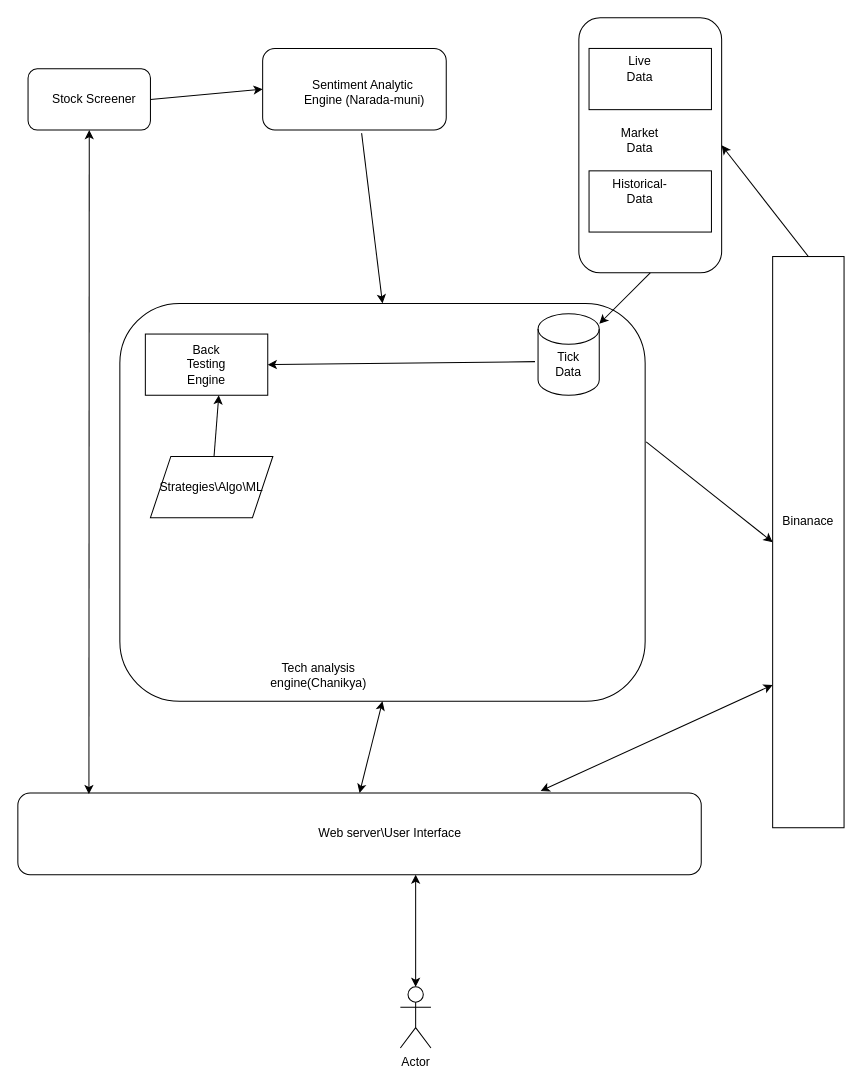
patnamvamsi/CryptoWebServer keeps this draw.io diagram as docs/Untitled Diagram.drawio. Above is the earlier version. Source tidied: cells renumbered, new cells numbered last; positions are measured from the earlier drawing's top-left corner, leaving out a move shared by most shapes. Both pictures are drawn from the tidied source at 102%, with x=0, y=0 at pixel (17, 17).
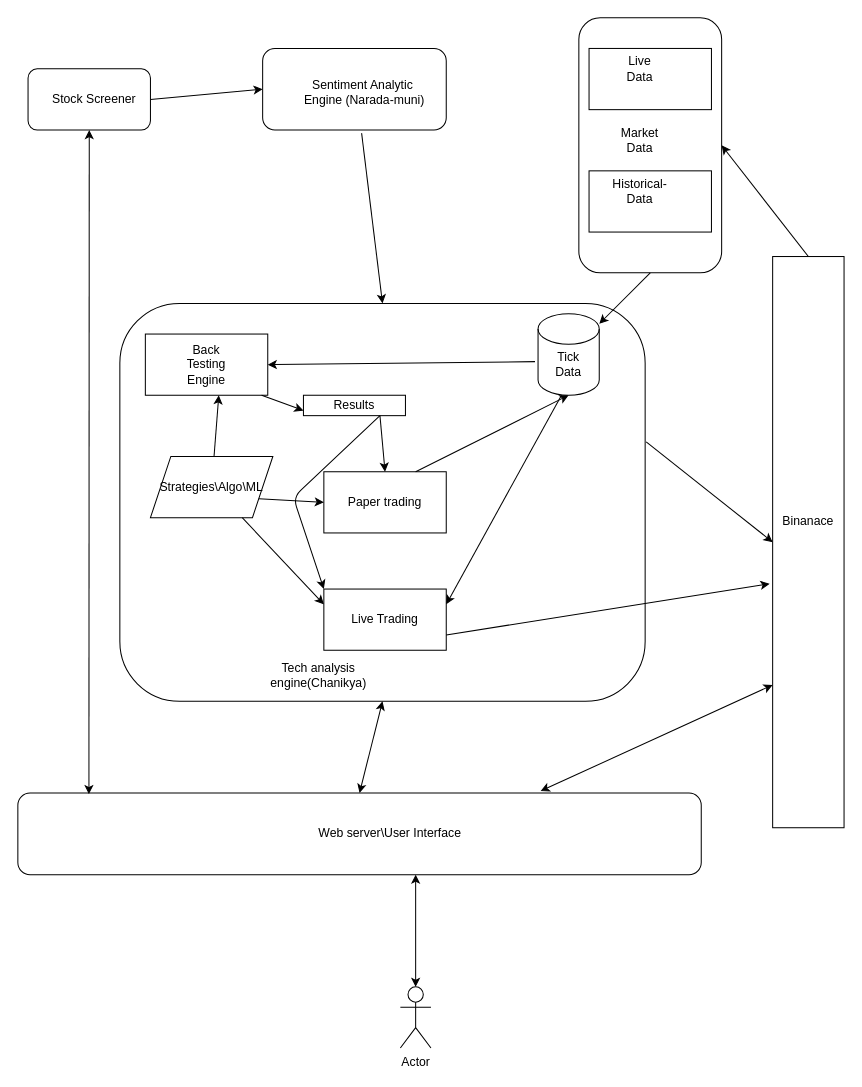
The same diagram, later.

Unchanged cells that the change refers to:
```xml
<mxCell id="19" style="rounded=0;whiteSpace=wrap;html=1;" parent="18" vertex="1">
  <mxGeometry width="70" height="560" as="geometry" />
</mxCell>
<mxCell id="21" style="shape=cylinder3;whiteSpace=wrap;html=1;boundedLbl=1;backgroundOutline=1;size=15;" parent="1" vertex="1">
  <mxGeometry x="510" y="290" width="60" height="80" as="geometry" />
</mxCell>
<mxCell id="29" style="rounded=0;whiteSpace=wrap;html=1;" parent="28" vertex="1">
  <mxGeometry width="120" height="60" as="geometry" />
</mxCell>
<mxCell id="38" value="Strategies\Algo\ML" style="shape=parallelogram;perimeter=parallelogramPerimeter;whiteSpace=wrap;html=1;fixedSize=1;" parent="1" vertex="1">
  <mxGeometry x="130" y="430" width="120" height="60" as="geometry" />
</mxCell>
```

Diff of the diagram source:
```diff
@@
+    <mxCell id="41" value="Paper trading" style="rounded=0;whiteSpace=wrap;html=1;" parent="1" vertex="1">
+      <mxGeometry x="300" y="445" width="120" height="60" as="geometry" />
+    </mxCell>
+    <mxCell id="42" value="Results" style="rounded=0;whiteSpace=wrap;html=1;" parent="1" vertex="1">
+      <mxGeometry x="280" y="370" width="100" height="20" as="geometry" />
+    </mxCell>
+    <mxCell id="43" value="Live Trading" style="rounded=0;whiteSpace=wrap;html=1;" parent="1" vertex="1">
+      <mxGeometry x="300" y="560" width="120" height="60" as="geometry" />
+    </mxCell>
+    <mxCell id="44" style="endArrow=classic;html=1;exitX=0.95;exitY=1;exitDx=0;exitDy=0;exitPerimeter=0;entryX=0;entryY=0.75;entryDx=0;entryDy=0;" parent="1" edge="1" source="29" target="42">
+      <mxGeometry relative="1" as="geometry" />
+    </mxCell>
+    <mxCell id="45" style="endArrow=classic;html=1;exitX=0.75;exitY=1;exitDx=0;exitDy=0;entryX=0.5;entryY=0;entryDx=0;entryDy=0;" parent="1" edge="1" source="42" target="41">
+      <mxGeometry relative="1" as="geometry" />
+    </mxCell>
+    <mxCell id="46" style="endArrow=classic;html=1;exitX=1;exitY=0.75;exitDx=0;exitDy=0;entryX=0;entryY=0.5;entryDx=0;entryDy=0;" parent="1" edge="1" source="38" target="41">
+      <mxGeometry relative="1" as="geometry" />
+    </mxCell>
+    <mxCell id="47" style="endArrow=classic;html=1;exitX=0.75;exitY=1;exitDx=0;exitDy=0;entryX=0;entryY=0.25;entryDx=0;entryDy=0;" parent="1" edge="1" source="38" target="43">
+      <mxGeometry relative="1" as="geometry" />
+    </mxCell>
+    <mxCell id="48" style="endArrow=classic;html=1;exitX=0.75;exitY=1;exitDx=0;exitDy=0;entryX=0;entryY=0;entryDx=0;entryDy=0;" parent="1" edge="1" source="42" target="43">
+      <mxGeometry relative="1" as="geometry">
+        <Array as="points">
+          <mxPoint x="270" y="470" />
+        </Array>
+      </mxGeometry>
+    </mxCell>
+    <mxCell id="49" style="endArrow=classic;html=1;entryX=0.5;entryY=1;entryDx=0;entryDy=0;entryPerimeter=0;exitX=0.75;exitY=0;exitDx=0;exitDy=0;" parent="1" edge="1" source="41" target="21">
+      <mxGeometry relative="1" as="geometry" />
+    </mxCell>
+    <mxCell id="50" style="endArrow=classic;html=1;entryX=1;entryY=0.25;entryDx=0;entryDy=0;exitX=0.383;exitY=1;exitDx=0;exitDy=0;exitPerimeter=0;" parent="1" edge="1" source="21" target="43">
+      <mxGeometry relative="1" as="geometry" />
+    </mxCell>
+    <mxCell id="51" style="endArrow=classic;html=1;exitX=1;exitY=0.75;exitDx=0;exitDy=0;entryX=-0.043;entryY=0.573;entryDx=0;entryDy=0;entryPerimeter=0;" parent="1" edge="1" source="43" target="19">
+      <mxGeometry relative="1" as="geometry" />
+    </mxCell>
```
